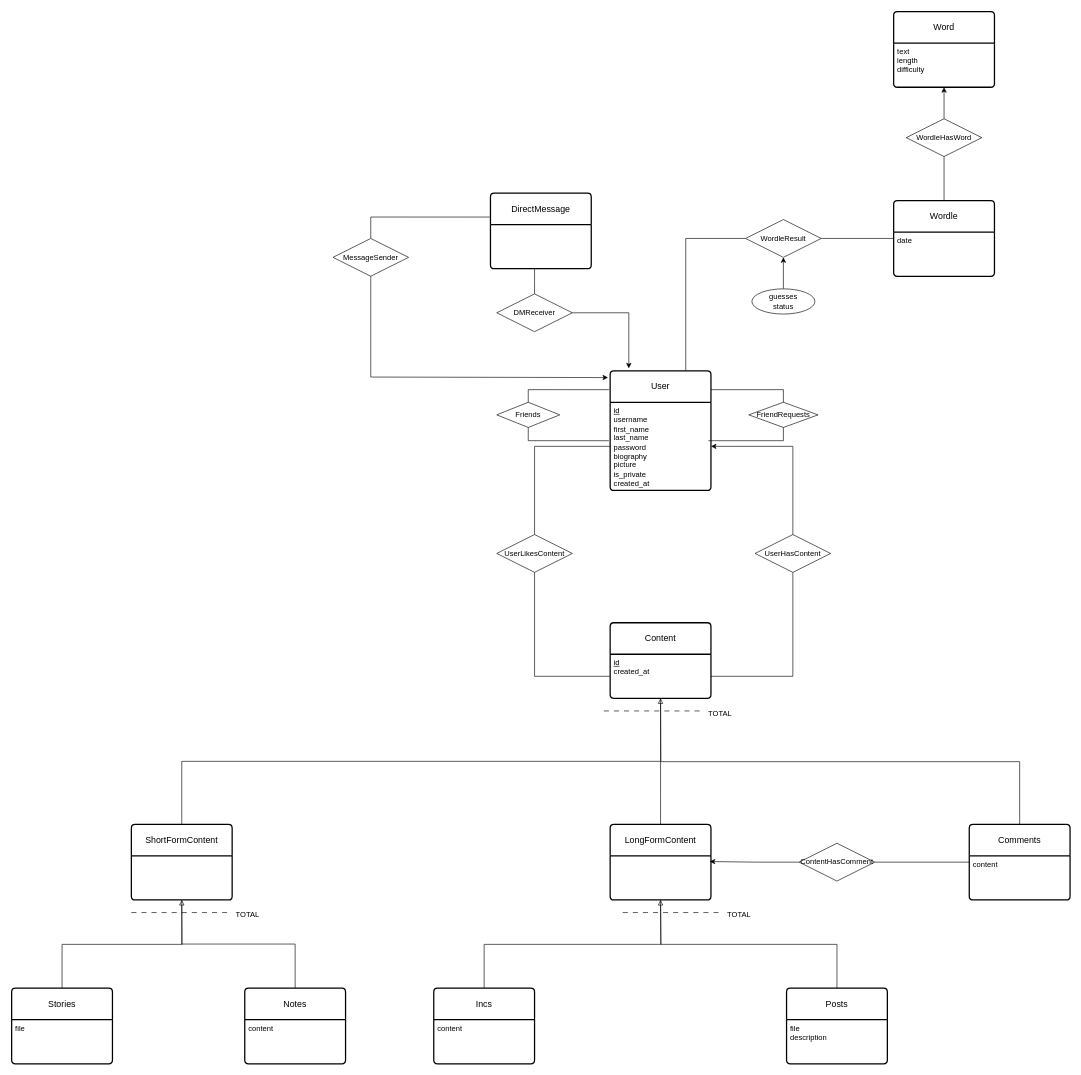
Earlier version of the draw.io diagram docs/database/ER/ModeloEntidadeRelacao.drawio (edagener0/Inclusion). Source tidied: cells renumbered, new cells numbered last; positions are measured from the earlier drawing's top-left corner, leaving out a move shared by most shapes. Both pictures are drawn from the tidied source at 63%, with x=0, y=0 at pixel (11, 11).
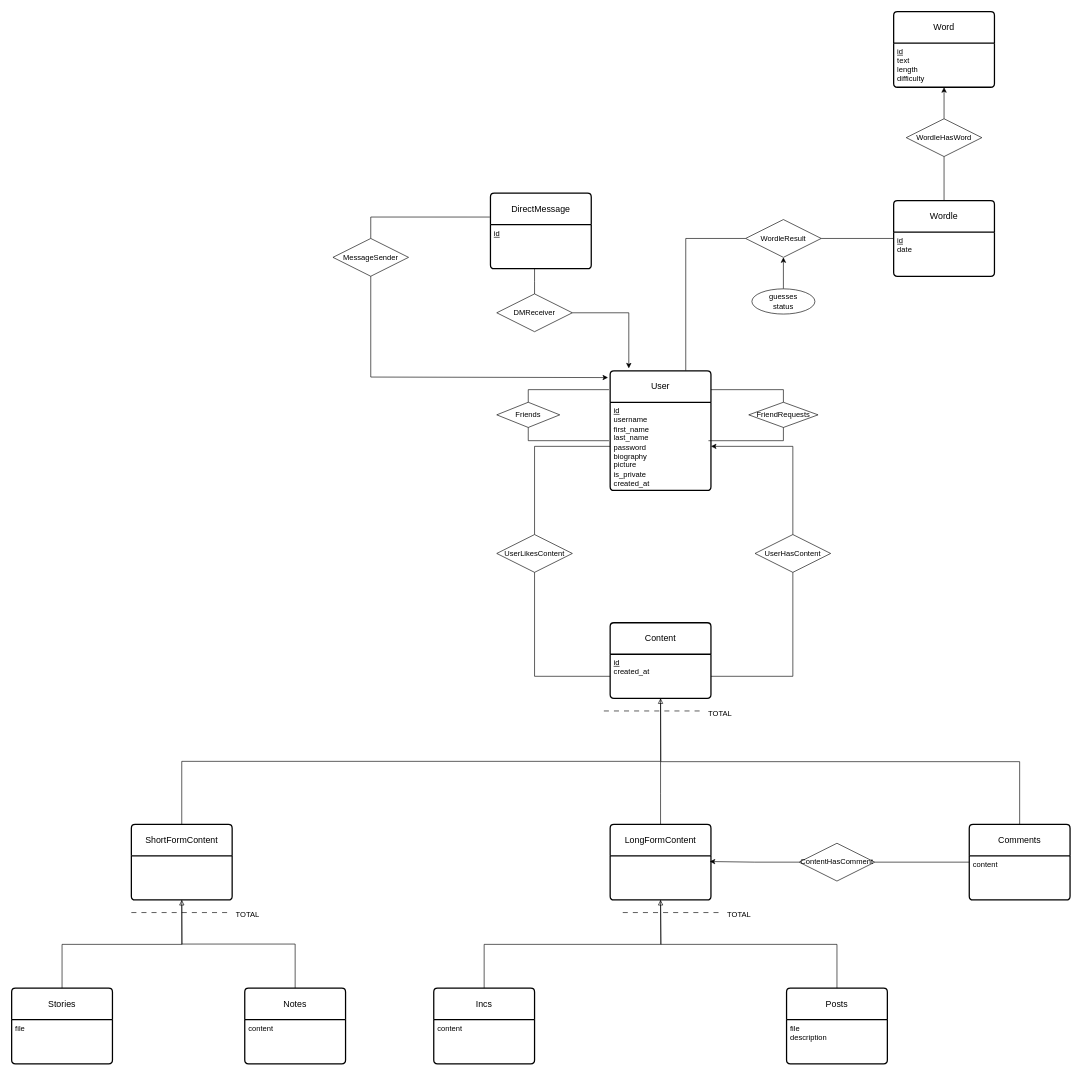
The same diagram, later.

Unchanged cells that the change refers to:
```xml
<mxCell id="62" value="Wordle" style="swimlane;horizontal=1;startSize=50;rounded=1;fontSize=14;fontStyle=0;strokeWidth=2;shadow=0;dashed=0;align=center;arcSize=4;whiteSpace=wrap;html=1;" parent="1" vertex="1">
  <mxGeometry x="1400" y="300" width="160" height="120" as="geometry" />
</mxCell>
<mxCell id="64" value="Word" style="swimlane;horizontal=1;startSize=50;rounded=1;fontSize=14;fontStyle=0;strokeWidth=2;shadow=0;dashed=0;align=center;arcSize=4;whiteSpace=wrap;html=1;" parent="1" vertex="1">
  <mxGeometry x="1400" width="160" height="120" as="geometry" />
</mxCell>
```

What changed in the source:
```diff
@@
-    <mxCell id="63" value="date" style="align=left;strokeColor=none;fillColor=none;spacingLeft=4;spacingRight=4;fontSize=12;verticalAlign=top;html=1;whiteSpace=wrap;" parent="62" vertex="1">
+    <mxCell id="63" value="&lt;div&gt;&lt;u&gt;id&lt;/u&gt;&lt;/div&gt;date" style="align=left;strokeColor=none;fillColor=none;spacingLeft=4;spacingRight=4;fontSize=12;verticalAlign=top;html=1;whiteSpace=wrap;" parent="62" vertex="1">
       <mxGeometry y="50" width="160" height="70" as="geometry" />
     </mxCell>
@@
-    <mxCell id="65" value="text&lt;div&gt;length&lt;/div&gt;&lt;div&gt;difficulty&lt;/div&gt;" style="align=left;strokeColor=none;fillColor=none;spacingLeft=4;spacingRight=4;fontSize=12;verticalAlign=top;html=1;whiteSpace=wrap;" parent="64" vertex="1">
+    <mxCell id="65" value="&lt;div&gt;&lt;u&gt;id&lt;/u&gt;&lt;/div&gt;text&lt;div&gt;length&lt;/div&gt;&lt;div&gt;difficulty&lt;/div&gt;" style="align=left;strokeColor=none;fillColor=none;spacingLeft=4;spacingRight=4;fontSize=12;verticalAlign=top;html=1;whiteSpace=wrap;" parent="64" vertex="1">
       <mxGeometry y="50" width="160" height="70" as="geometry" />
     </mxCell>
@@
+    <mxCell id="72" value="&lt;u&gt;id&lt;/u&gt;" style="text;html=1;align=center;verticalAlign=middle;strokeColor=none;fillColor=none;" parent="1" vertex="1">
+      <mxGeometry x="755" y="338" width="30" height="30" as="geometry" />
+    </mxCell>
```
